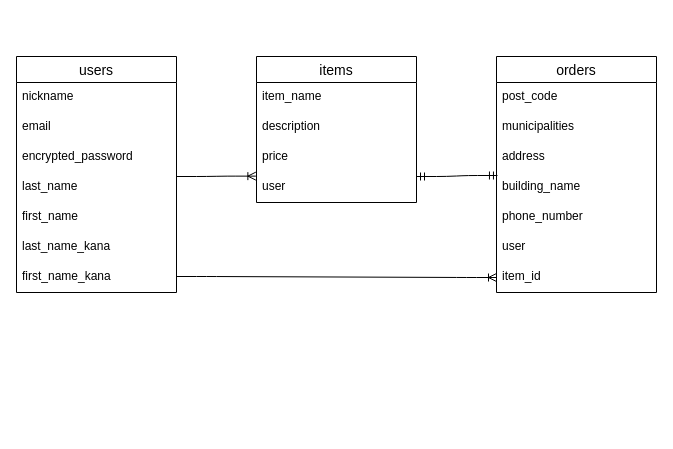
This is er.dio from chiya76/furima-38087, a draw.io file, before an edit. Source tidied: cells renumbered, new cells numbered last; positions are measured from the earlier drawing's top-left corner, leaving out a move shared by most shapes. Both pictures are drawn from the tidied source at 100%, with x=0, y=0 at pixel (16, 56).
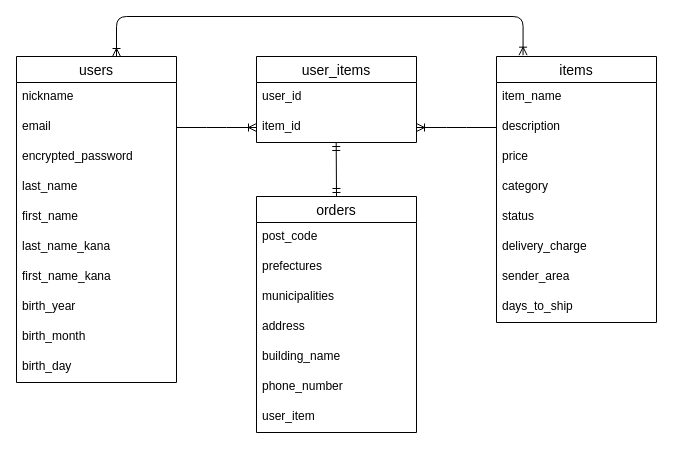
The same diagram, later.

Commit message (it also covers changes not shown here):
ER図・READMEの修正２

Change to the diagram source:
```diff
@@
-    <mxCell id="2" value="users" style="swimlane;fontStyle=0;horizontal=1;startSize=26;align=center;fontSize=14;" parent="1" vertex="1">
-      <mxGeometry width="160" height="236" as="geometry" />
+    <mxCell id="2" value="users" style="swimlane;fontStyle=0;horizontal=1;startSize=26;align=center;fontSize=14;rounded=0;" parent="1" vertex="1">
+      <mxGeometry width="160" height="326" as="geometry" />
     </mxCell>
-    <mxCell id="3" value="nickname     " style="text;strokeColor=none;fillColor=none;spacingLeft=4;spacingRight=4;overflow=hidden;fontSize=12;" parent="2" vertex="1">
+    <mxCell id="3" value="nickname     " style="text;strokeColor=none;fillColor=none;spacingLeft=4;spacingRight=4;overflow=hidden;fontSize=12;rounded=0;" parent="2" vertex="1">
       <mxGeometry y="26" width="160" height="30" as="geometry" />
     </mxCell>
-    <mxCell id="4" value="email" style="text;strokeColor=none;fillColor=none;spacingLeft=4;spacingRight=4;overflow=hidden;points=[[0,0.5],[1,0.5]];portConstraint=eastwest;fontSize=12;" parent="2" vertex="1">
+    <mxCell id="4" value="email" style="text;strokeColor=none;fillColor=none;spacingLeft=4;spacingRight=4;overflow=hidden;points=[[0,0.5],[1,0.5]];portConstraint=eastwest;fontSize=12;rounded=0;" parent="2" vertex="1">
       <mxGeometry y="56" width="160" height="30" as="geometry" />
     </mxCell>
-    <mxCell id="5" value="encrypted_password" style="text;strokeColor=none;fillColor=none;spacingLeft=4;spacingRight=4;overflow=hidden;fontSize=12;" parent="2" vertex="1">
+    <mxCell id="5" value="encrypted_password" style="text;strokeColor=none;fillColor=none;spacingLeft=4;spacingRight=4;overflow=hidden;fontSize=12;rounded=0;" parent="2" vertex="1">
       <mxGeometry y="86" width="160" height="30" as="geometry" />
     </mxCell>
-    <mxCell id="6" value="last_name" style="text;strokeColor=none;fillColor=none;spacingLeft=4;spacingRight=4;overflow=hidden;fontSize=12;" parent="2" vertex="1">
+    <mxCell id="6" value="last_name" style="text;strokeColor=none;fillColor=none;spacingLeft=4;spacingRight=4;overflow=hidden;fontSize=12;rounded=0;" parent="2" vertex="1">
       <mxGeometry y="116" width="160" height="30" as="geometry" />
     </mxCell>
-    <mxCell id="7" value="first_name" style="text;strokeColor=none;fillColor=none;spacingLeft=4;spacingRight=4;overflow=hidden;fontSize=12;" parent="2" vertex="1">
+    <mxCell id="7" value="first_name" style="text;strokeColor=none;fillColor=none;spacingLeft=4;spacingRight=4;overflow=hidden;fontSize=12;rounded=0;" parent="2" vertex="1">
       <mxGeometry y="146" width="160" height="30" as="geometry" />
     </mxCell>
-    <mxCell id="8" value="last_name_kana" style="text;strokeColor=none;fillColor=none;spacingLeft=4;spacingRight=4;overflow=hidden;fontSize=12;" parent="2" vertex="1">
+    <mxCell id="8" value="last_name_kana" style="text;strokeColor=none;fillColor=none;spacingLeft=4;spacingRight=4;overflow=hidden;fontSize=12;rounded=0;" parent="2" vertex="1">
       <mxGeometry y="176" width="160" height="30" as="geometry" />
     </mxCell>
-    <mxCell id="9" value="first_name_kana" style="text;strokeColor=none;fillColor=none;spacingLeft=4;spacingRight=4;overflow=hidden;fontSize=12;" parent="2" vertex="1">
+    <mxCell id="9" value="first_name_kana" style="text;strokeColor=none;fillColor=none;spacingLeft=4;spacingRight=4;overflow=hidden;fontSize=12;rounded=0;" parent="2" vertex="1">
       <mxGeometry y="206" width="160" height="30" as="geometry" />
     </mxCell>
+    <mxCell id="26" value="birth_year" style="text;strokeColor=none;fillColor=none;spacingLeft=4;spacingRight=4;overflow=hidden;fontSize=12;rounded=0;" parent="2" vertex="1">
+      <mxGeometry y="236" width="160" height="30" as="geometry" />
+    </mxCell>
+    <mxCell id="27" value="birth_month" style="text;strokeColor=none;fillColor=none;spacingLeft=4;spacingRight=4;overflow=hidden;fontSize=12;rounded=0;" parent="2" vertex="1">
+      <mxGeometry y="266" width="160" height="30" as="geometry" />
+    </mxCell>
+    <mxCell id="28" value="birth_day" style="text;strokeColor=none;fillColor=none;spacingLeft=4;spacingRight=4;overflow=hidden;fontSize=12;rounded=0;" parent="2" vertex="1">
+      <mxGeometry y="296" width="160" height="30" as="geometry" />
+    </mxCell>
-    <mxCell id="10" value="items" style="swimlane;fontStyle=0;horizontal=1;startSize=26;align=center;fontSize=14;" parent="1" vertex="1">
-      <mxGeometry x="240" width="160" height="146" as="geometry" />
+    <mxCell id="10" value="items" style="swimlane;fontStyle=0;horizontal=1;startSize=26;align=center;fontSize=14;rounded=0;" parent="1" vertex="1">
+      <mxGeometry x="480" width="160" height="266" as="geometry" />
     </mxCell>
-    <mxCell id="11" value="item_name" style="text;strokeColor=none;fillColor=none;spacingLeft=4;spacingRight=4;overflow=hidden;fontSize=12;" parent="10" vertex="1">
+    <mxCell id="11" value="item_name" style="text;strokeColor=none;fillColor=none;spacingLeft=4;spacingRight=4;overflow=hidden;fontSize=12;rounded=0;" parent="10" vertex="1">
       <mxGeometry y="26" width="160" height="30" as="geometry" />
     </mxCell>
-    <mxCell id="12" value="description" style="text;strokeColor=none;fillColor=none;spacingLeft=4;spacingRight=4;overflow=hidden;points=[[0,0.5],[1,0.5]];portConstraint=eastwest;fontSize=12;" parent="10" vertex="1">
+    <mxCell id="12" value="description" style="text;strokeColor=none;fillColor=none;spacingLeft=4;spacingRight=4;overflow=hidden;points=[[0,0.5],[1,0.5]];portConstraint=eastwest;fontSize=12;rounded=0;" parent="10" vertex="1">
       <mxGeometry y="56" width="160" height="30" as="geometry" />
     </mxCell>
-    <mxCell id="13" value="price" style="text;strokeColor=none;fillColor=none;spacingLeft=4;spacingRight=4;overflow=hidden;points=[[0,0.5],[1,0.5]];portConstraint=eastwest;fontSize=12;" parent="10" vertex="1">
+    <mxCell id="13" value="price" style="text;strokeColor=none;fillColor=none;spacingLeft=4;spacingRight=4;overflow=hidden;points=[[0,0.5],[1,0.5]];portConstraint=eastwest;fontSize=12;rounded=0;" parent="10" vertex="1">
       <mxGeometry y="86" width="160" height="30" as="geometry" />
     </mxCell>
-    <mxCell id="14" value="user" style="text;strokeColor=none;fillColor=none;spacingLeft=4;spacingRight=4;overflow=hidden;fontSize=12;" parent="10" vertex="1">
-      <mxGeometry y="116" width="160" height="30" as="geometry" />
-    </mxCell>
+    <mxCell id="29" value="category" style="text;strokeColor=none;fillColor=none;spacingLeft=4;spacingRight=4;overflow=hidden;fontSize=12;rounded=0;" parent="10" vertex="1">
+      <mxGeometry y="116" width="160" height="30" as="geometry" />
+    </mxCell>
+    <mxCell id="30" value="status" style="text;strokeColor=none;fillColor=none;spacingLeft=4;spacingRight=4;overflow=hidden;fontSize=12;rounded=0;" parent="10" vertex="1">
+      <mxGeometry y="146" width="160" height="30" as="geometry" />
+    </mxCell>
+    <mxCell id="31" value="delivery_charge" style="text;strokeColor=none;fillColor=none;spacingLeft=4;spacingRight=4;overflow=hidden;fontSize=12;rounded=0;" parent="10" vertex="1">
+      <mxGeometry y="176" width="160" height="30" as="geometry" />
+    </mxCell>
+    <mxCell id="32" value="sender_area" style="text;strokeColor=none;fillColor=none;spacingLeft=4;spacingRight=4;overflow=hidden;fontSize=12;rounded=0;" parent="10" vertex="1">
+      <mxGeometry y="206" width="160" height="30" as="geometry" />
+    </mxCell>
+    <mxCell id="33" value="days_to_ship" style="text;strokeColor=none;fillColor=none;spacingLeft=4;spacingRight=4;overflow=hidden;fontSize=12;rounded=0;" parent="10" vertex="1">
+      <mxGeometry y="236" width="160" height="30" as="geometry" />
+    </mxCell>
-    <mxCell id="15" value="orders" style="swimlane;fontStyle=0;horizontal=1;startSize=26;align=center;fontSize=14;" parent="1" vertex="1">
-      <mxGeometry x="480" width="160" height="236" as="geometry" />
+    <mxCell id="15" value="orders" style="swimlane;fontStyle=0;horizontal=1;startSize=26;align=center;fontSize=14;rounded=0;" parent="1" vertex="1">
+      <mxGeometry x="240" y="140" width="160" height="236" as="geometry" />
     </mxCell>
+    <mxCell id="34" style="fontSize=12;html=1;endArrow=ERmandOne;startArrow=ERmandOne;" parent="15" edge="1">
+      <mxGeometry relative="1" as="geometry">
+        <mxPoint x="80" as="sourcePoint" />
+        <mxPoint x="79.7" y="-54" as="targetPoint" />
+      </mxGeometry>
+    </mxCell>
-    <mxCell id="16" value="post_code" style="text;strokeColor=none;fillColor=none;spacingLeft=4;spacingRight=4;overflow=hidden;fontSize=12;" parent="15" vertex="1">
+    <mxCell id="16" value="post_code" style="text;strokeColor=none;fillColor=none;spacingLeft=4;spacingRight=4;overflow=hidden;fontSize=12;rounded=0;" parent="15" vertex="1">
       <mxGeometry y="26" width="160" height="30" as="geometry" />
     </mxCell>
+    <mxCell id="35" value="prefectures" style="text;strokeColor=none;fillColor=none;spacingLeft=4;spacingRight=4;overflow=hidden;fontSize=12;rounded=0;" parent="15" vertex="1">
+      <mxGeometry y="56" width="160" height="30" as="geometry" />
+    </mxCell>
-    <mxCell id="17" value="municipalities" style="text;strokeColor=none;fillColor=none;spacingLeft=4;spacingRight=4;overflow=hidden;fontSize=12;" parent="15" vertex="1">
-      <mxGeometry y="56" width="160" height="30" as="geometry" />
+    <mxCell id="17" value="municipalities" style="text;strokeColor=none;fillColor=none;spacingLeft=4;spacingRight=4;overflow=hidden;fontSize=12;rounded=0;" parent="15" vertex="1">
+      <mxGeometry y="86" width="160" height="30" as="geometry" />
     </mxCell>
-    <mxCell id="18" value="address" style="text;strokeColor=none;fillColor=none;spacingLeft=4;spacingRight=4;overflow=hidden;points=[[0,0.5],[1,0.5]];portConstraint=eastwest;fontSize=12;" parent="15" vertex="1">
-      <mxGeometry y="86" width="160" height="30" as="geometry" />
+    <mxCell id="18" value="address" style="text;strokeColor=none;fillColor=none;spacingLeft=4;spacingRight=4;overflow=hidden;points=[[0,0.5],[1,0.5]];portConstraint=eastwest;fontSize=12;rounded=0;" parent="15" vertex="1">
+      <mxGeometry y="116" width="160" height="30" as="geometry" />
     </mxCell>
-    <mxCell id="19" value="building_name" style="text;strokeColor=none;fillColor=none;spacingLeft=4;spacingRight=4;overflow=hidden;fontSize=12;" parent="15" vertex="1">
-      <mxGeometry y="116" width="160" height="30" as="geometry" />
+    <mxCell id="19" value="building_name" style="text;strokeColor=none;fillColor=none;spacingLeft=4;spacingRight=4;overflow=hidden;fontSize=12;rounded=0;" parent="15" vertex="1">
+      <mxGeometry y="146" width="160" height="30" as="geometry" />
     </mxCell>
-    <mxCell id="20" value="phone_number" style="text;strokeColor=none;fillColor=none;spacingLeft=4;spacingRight=4;overflow=hidden;fontSize=12;" parent="15" vertex="1">
-      <mxGeometry y="146" width="160" height="30" as="geometry" />
+    <mxCell id="20" value="phone_number" style="text;strokeColor=none;fillColor=none;spacingLeft=4;spacingRight=4;overflow=hidden;fontSize=12;rounded=0;" parent="15" vertex="1">
+      <mxGeometry y="176" width="160" height="30" as="geometry" />
     </mxCell>
-    <mxCell id="21" value="user" style="text;strokeColor=none;fillColor=none;spacingLeft=4;spacingRight=4;overflow=hidden;fontSize=12;" parent="15" vertex="1">
-      <mxGeometry y="176" width="160" height="30" as="geometry" />
+    <mxCell id="21" value="user_item" style="text;strokeColor=none;fillColor=none;spacingLeft=4;spacingRight=4;overflow=hidden;fontSize=12;rounded=0;" parent="15" vertex="1">
+      <mxGeometry y="206" width="160" height="30" as="geometry" />
     </mxCell>
+    <mxCell id="24" style="edgeStyle=entityRelationEdgeStyle;fontSize=12;html=1;endArrow=ERoneToMany;entryX=0;entryY=0.5;entryDx=0;entryDy=0;exitX=1;exitY=0.5;exitDx=0;exitDy=0;rounded=0;" parent="1" edge="1" source="4" target="22">
+      <mxGeometry relative="1" as="geometry" />
+    </mxCell>
+    <mxCell id="36" value="user_items" style="swimlane;fontStyle=0;horizontal=1;startSize=26;align=center;fontSize=14;rounded=0;" parent="1" vertex="1">
+      <mxGeometry x="240" width="160" height="86" as="geometry" />
+    </mxCell>
+    <mxCell id="37" value="user_id" style="text;strokeColor=none;fillColor=none;spacingLeft=4;spacingRight=4;overflow=hidden;fontSize=12;rounded=0;" parent="36" vertex="1">
+      <mxGeometry y="26" width="160" height="30" as="geometry" />
+    </mxCell>
-    <mxCell id="22" value="item_id" style="text;strokeColor=none;fillColor=none;spacingLeft=4;spacingRight=4;overflow=hidden;points=[[0,0.5],[1,0.5]];portConstraint=eastwest;fontSize=12;" parent="15" vertex="1">
-      <mxGeometry y="206" width="160" height="30" as="geometry" />
+    <mxCell id="22" value="item_id" style="text;strokeColor=none;fillColor=none;spacingLeft=4;spacingRight=4;overflow=hidden;points=[[0,0.5],[1,0.5]];portConstraint=eastwest;fontSize=12;rounded=0;" parent="36" vertex="1">
+      <mxGeometry y="56" width="160" height="30" as="geometry" />
     </mxCell>
-    <mxCell id="23" style="edgeStyle=entityRelationEdgeStyle;fontSize=12;html=1;endArrow=ERoneToMany;entryX=-0.004;entryY=1.121;entryDx=0;entryDy=0;entryPerimeter=0;" parent="1" edge="1" target="13">
-      <mxGeometry relative="1" as="geometry">
-        <mxPoint x="160" y="120" as="sourcePoint" />
-      </mxGeometry>
+    <mxCell id="23" style="edgeStyle=entityRelationEdgeStyle;fontSize=12;html=1;endArrow=ERoneToMany;exitX=0;exitY=0.5;exitDx=0;exitDy=0;rounded=0;" parent="1" edge="1" source="12" target="22">
+      <mxGeometry relative="1" as="geometry" />
     </mxCell>
-    <mxCell id="24" style="edgeStyle=entityRelationEdgeStyle;fontSize=12;html=1;endArrow=ERoneToMany;entryX=0;entryY=0.5;entryDx=0;entryDy=0;" parent="1" edge="1" target="22">
-      <mxGeometry relative="1" as="geometry">
-        <mxPoint x="160" y="220" as="sourcePoint" />
-      </mxGeometry>
-    </mxCell>
-    <mxCell id="25" style="edgeStyle=entityRelationEdgeStyle;fontSize=12;html=1;endArrow=ERmandOne;startArrow=ERmandOne;entryX=0.006;entryY=1.1;entryDx=0;entryDy=0;entryPerimeter=0;" parent="1" edge="1" target="18">
-      <mxGeometry relative="1" as="geometry">
-        <mxPoint x="400" y="120" as="sourcePoint" />
-      </mxGeometry>
-    </mxCell>
+    <mxCell id="38" style="edgeStyle=orthogonalEdgeStyle;fontSize=12;html=1;endArrow=ERoneToMany;startArrow=ERoneToMany;rounded=1;labelBackgroundColor=default;fontFamily=Helvetica;fontColor=default;strokeColor=default;shape=connector;elbow=vertical;entryX=0.166;entryY=-0.005;entryDx=0;entryDy=0;entryPerimeter=0;" parent="1" edge="1" target="10">
+      <mxGeometry relative="1" as="geometry">
+        <mxPoint x="100" as="sourcePoint" />
+        <Array as="points">
+          <mxPoint x="100" y="-40" />
+          <mxPoint x="507" y="-40" />
+        </Array>
+      </mxGeometry>
+    </mxCell>
```
